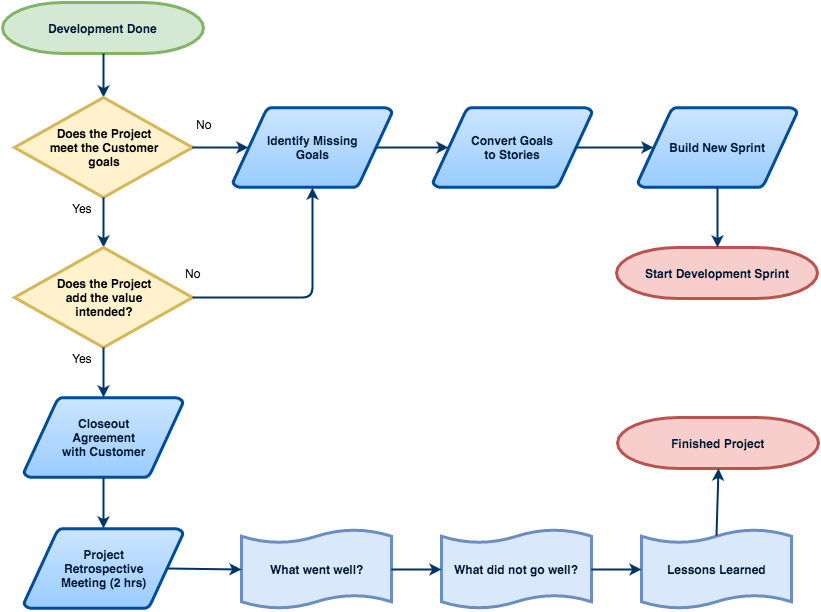
inigo-llc/guides keeps this draw.io diagram as new-projects/phase-5.png. Above is the earlier version. Source tidied: cells renumbered, new cells last; positions are measured from the earlier drawing's top-left corner, leaving out a move shared by most shapes. The source it was exported from:
```xml
<mxGraphModel>
  <root>
    <mxCell id="0" style="html=1;" />
    <mxCell id="1" style="html=1;" parent="0" />
    <mxCell id="2" value="&lt;span id=&quot;docs-internal-guid-2be10829-be1b-4936-090d-993d12926e40&quot;&gt;&lt;span&gt;Development Done&lt;/span&gt;&lt;/span&gt;" style="shape=mxgraph.flowchart.terminator;fillColor=#d5e8d4;strokeColor=#82b366;strokeWidth=3;gradientDirection=north;fontColor=#001933;fontStyle=1;html=1;" parent="1" vertex="1">
      <mxGeometry width="201" height="51" as="geometry" />
    </mxCell>
    <mxCell id="3" style="fontColor=#001933;fontStyle=1;strokeColor=#003366;strokeWidth=2;html=1;entryX=0.5;entryY=0;exitX=0.5;exitY=1;exitPerimeter=0;" parent="1" edge="1" source="2" target="6">
      <mxGeometry x="120" y="190.7" as="geometry" />
    </mxCell>
    <mxCell id="4" value="&lt;span id=&quot;docs-internal-guid-2be10829-cd99-18af-8849-26a2f4303bd5&quot;&gt;&lt;span&gt;What went well?&lt;/span&gt;&lt;/span&gt;" style="shape=mxgraph.flowchart.paper_tape;fillColor=#dae8fc;strokeColor=#6c8ebf;strokeWidth=3;gradientDirection=north;fontColor=#001933;fontStyle=1;html=1;" parent="1" vertex="1">
      <mxGeometry x="239" y="526" width="150" height="81" as="geometry" />
    </mxCell>
    <mxCell id="5" value="Start Development Sprint" style="shape=mxgraph.flowchart.terminator;fillColor=#f8cecc;strokeColor=#b85450;strokeWidth=3;gradientDirection=north;fontColor=#001933;fontStyle=1;html=1;" parent="1" vertex="1">
      <mxGeometry x="614" y="245" width="201" height="51" as="geometry" />
    </mxCell>
    <mxCell id="6" value="&lt;span id=&quot;docs-internal-guid-2be10829-cd8a-26ea-1624-b501e5364b12&quot;&gt;&lt;span&gt;Does the Project&lt;br&gt;meet the Customer&lt;br&gt;goals&lt;/span&gt;&lt;/span&gt;" style="rhombus;whiteSpace=wrap;html=1;strokeWidth=3;fillColor=#fff2cc;strokeColor=#d6b656;fontStyle=1;" parent="1" vertex="1">
      <mxGeometry x="12" y="95" width="178" height="100" as="geometry" />
    </mxCell>
    <mxCell id="7" value="Closeout&lt;br&gt;Agreement&lt;br&gt;with Customer" style="shape=mxgraph.flowchart.data;fillColor=#99CCFF;strokeColor=#004C99;strokeWidth=3;gradientColor=#CCE5FF;gradientDirection=north;fontColor=#001933;fontStyle=1;html=1;" parent="1" vertex="1">
      <mxGeometry x="21.5" y="395" width="159" height="80" as="geometry" />
    </mxCell>
    <mxCell id="8" style="fontColor=#001933;fontStyle=1;strokeColor=#003366;strokeWidth=2;html=1;exitX=1;exitY=0.5;entryX=0.095;entryY=0.5;entryPerimeter=0;" parent="1" edge="1" source="6" target="24">
      <mxGeometry x="466" y="-232.3" as="geometry" />
    </mxCell>
    <mxCell id="9" value="No" style="text;html=1;align=center;verticalAlign=middle;labelBackgroundColor=#ffffff;" parent="8" vertex="1">
      <mxGeometry relative="1" as="geometry">
        <mxPoint x="-17" y="-24" as="offset" />
      </mxGeometry>
    </mxCell>
    <mxCell id="10" style="fontColor=#001933;fontStyle=1;strokeColor=#003366;strokeWidth=2;html=1;exitX=0.5;exitY=1;entryX=0.5;entryY=0;" parent="1" edge="1" source="6" target="12">
      <mxGeometry x="457" y="-132.3" as="geometry" />
    </mxCell>
    <mxCell id="11" value="Yes" style="text;html=1;align=center;verticalAlign=middle;labelBackgroundColor=#ffffff;" parent="10" vertex="1">
      <mxGeometry relative="1" as="geometry">
        <mxPoint x="-22" y="-15" as="offset" />
      </mxGeometry>
    </mxCell>
    <mxCell id="12" value="&lt;span id=&quot;docs-internal-guid-2be10829-cd8d-d59f-08c2-b74bc4bc3f7b&quot;&gt;&lt;span&gt;Does the Project&lt;br&gt;add the value&lt;br&gt;intended?&lt;/span&gt;&lt;/span&gt;&lt;br&gt;" style="rhombus;whiteSpace=wrap;html=1;strokeWidth=3;fillColor=#fff2cc;strokeColor=#d6b656;fontStyle=1;" parent="1" vertex="1">
      <mxGeometry x="12" y="245" width="178" height="100" as="geometry" />
    </mxCell>
    <mxCell id="13" style="fontColor=#001933;fontStyle=1;strokeColor=#003366;strokeWidth=2;html=1;exitX=0.5;exitY=1;entryX=0.5;entryY=0;entryPerimeter=0;" parent="1" edge="1" source="12" target="7">
      <mxGeometry x="467" y="-122.3" as="geometry" />
    </mxCell>
    <mxCell id="14" value="Yes" style="text;html=1;align=center;verticalAlign=middle;labelBackgroundColor=#ffffff;" parent="13" vertex="1">
      <mxGeometry relative="1" as="geometry">
        <mxPoint x="-22" y="-15" as="offset" />
      </mxGeometry>
    </mxCell>
    <mxCell id="15" style="fontColor=#001933;fontStyle=1;strokeColor=#003366;strokeWidth=2;html=1;exitX=1;exitY=0.5;entryX=0.5;entryY=1;entryPerimeter=0;" parent="1" edge="1" source="12" target="24">
      <mxGeometry x="485" y="-82.3" as="geometry">
        <Array as="points">
          <mxPoint x="310" y="295" />
        </Array>
      </mxGeometry>
    </mxCell>
    <mxCell id="16" value="No" style="text;html=1;align=center;verticalAlign=middle;labelBackgroundColor=#ffffff;" parent="15" vertex="1">
      <mxGeometry relative="1" as="geometry">
        <mxPoint x="-115" y="-25" as="offset" />
      </mxGeometry>
    </mxCell>
    <mxCell id="17" value="&lt;span id=&quot;docs-internal-guid-2be10829-cd93-13f2-613f-add9e45e325c&quot;&gt;&lt;span&gt;Project&lt;/span&gt;&lt;/span&gt;&lt;div&gt;&lt;span&gt;&lt;span&gt;Retrospective&lt;br&gt;Meeting (2 hrs)&lt;/span&gt;&lt;/span&gt;&lt;/div&gt;" style="shape=mxgraph.flowchart.data;fillColor=#99CCFF;strokeColor=#004C99;strokeWidth=3;gradientColor=#CCE5FF;gradientDirection=north;fontColor=#001933;fontStyle=1;html=1;" parent="1" vertex="1">
      <mxGeometry x="21.5" y="526" width="159" height="80" as="geometry" />
    </mxCell>
    <mxCell id="18" style="fontColor=#001933;fontStyle=1;strokeColor=#003366;strokeWidth=2;html=1;exitX=0.5;exitY=1;entryX=0.5;entryY=0;entryPerimeter=0;exitPerimeter=0;" parent="1" edge="1" source="7" target="17">
      <mxGeometry x="477" y="-112.3" as="geometry" />
    </mxCell>
    <mxCell id="19" value="&lt;span id=&quot;docs-internal-guid-2be10829-cd99-a7ac-0083-502052187d31&quot;&gt;&lt;span&gt;What did not go well?&lt;/span&gt;&lt;/span&gt;&lt;br&gt;" style="shape=mxgraph.flowchart.paper_tape;fillColor=#dae8fc;strokeColor=#6c8ebf;strokeWidth=3;gradientDirection=north;fontColor=#001933;fontStyle=1;html=1;" parent="1" vertex="1">
      <mxGeometry x="439" y="526" width="150" height="81" as="geometry" />
    </mxCell>
    <mxCell id="20" value="&lt;span id=&quot;docs-internal-guid-2be10829-cd99-18af-8849-26a2f4303bd5&quot;&gt;&lt;span&gt;Lessons&amp;nbsp;Learned&lt;/span&gt;&lt;/span&gt;" style="shape=mxgraph.flowchart.paper_tape;fillColor=#dae8fc;strokeColor=#6c8ebf;strokeWidth=3;gradientDirection=north;fontColor=#001933;fontStyle=1;html=1;" parent="1" vertex="1">
      <mxGeometry x="639" y="526" width="150" height="81" as="geometry" />
    </mxCell>
    <mxCell id="21" style="fontColor=#001933;fontStyle=1;strokeColor=#003366;strokeWidth=2;html=1;exitX=0.905;exitY=0.5;entryX=0;entryY=0.5;entryPerimeter=0;exitPerimeter=0;" parent="1" edge="1" source="17" target="4">
      <mxGeometry x="487" y="-102.3" as="geometry" />
    </mxCell>
    <mxCell id="22" style="fontColor=#001933;fontStyle=1;strokeColor=#003366;strokeWidth=2;html=1;exitX=1;exitY=0.5;entryX=0;entryY=0.5;entryPerimeter=0;exitPerimeter=0;" parent="1" edge="1" source="4" target="19">
      <mxGeometry x="497" y="-92.3" as="geometry" />
    </mxCell>
    <mxCell id="23" style="fontColor=#001933;fontStyle=1;strokeColor=#003366;strokeWidth=2;html=1;exitX=1;exitY=0.5;entryX=0;entryY=0.5;entryPerimeter=0;exitPerimeter=0;" parent="1" edge="1" source="19" target="20">
      <mxGeometry x="507" y="-82.3" as="geometry" />
    </mxCell>
    <mxCell id="24" value="Identify Missing&lt;br&gt;Goals" style="shape=mxgraph.flowchart.data;fillColor=#99CCFF;strokeColor=#004C99;strokeWidth=3;gradientColor=#CCE5FF;gradientDirection=north;fontColor=#001933;fontStyle=1;html=1;" parent="1" vertex="1">
      <mxGeometry x="230.5" y="105" width="159" height="80" as="geometry" />
    </mxCell>
    <mxCell id="25" value="Convert Goals&lt;br&gt;to Stories" style="shape=mxgraph.flowchart.data;fillColor=#99CCFF;strokeColor=#004C99;strokeWidth=3;gradientColor=#CCE5FF;gradientDirection=north;fontColor=#001933;fontStyle=1;html=1;" parent="1" vertex="1">
      <mxGeometry x="430.5" y="105" width="159" height="80" as="geometry" />
    </mxCell>
    <mxCell id="26" value="Build New Sprint" style="shape=mxgraph.flowchart.data;fillColor=#99CCFF;strokeColor=#004C99;strokeWidth=3;gradientColor=#CCE5FF;gradientDirection=north;fontColor=#001933;fontStyle=1;html=1;" parent="1" vertex="1">
      <mxGeometry x="635.5" y="105" width="159" height="80" as="geometry" />
    </mxCell>
    <mxCell id="27" style="fontColor=#001933;fontStyle=1;strokeColor=#003366;strokeWidth=2;html=1;exitX=0.905;exitY=0.5;entryX=0.095;entryY=0.5;entryPerimeter=0;exitPerimeter=0;" parent="1" edge="1" source="24" target="25">
      <mxGeometry x="497" y="-92.3" as="geometry" />
    </mxCell>
    <mxCell id="28" style="fontColor=#001933;fontStyle=1;strokeColor=#003366;strokeWidth=2;html=1;exitX=0.905;exitY=0.5;entryX=0.095;entryY=0.5;entryPerimeter=0;exitPerimeter=0;" parent="1" edge="1" source="25" target="26">
      <mxGeometry x="507" y="-82.3" as="geometry" />
    </mxCell>
    <mxCell id="29" style="fontColor=#001933;fontStyle=1;strokeColor=#003366;strokeWidth=2;html=1;exitX=0.5;exitY=1;entryX=0.5;entryY=0;entryPerimeter=0;exitPerimeter=0;" parent="1" edge="1" source="26" target="5">
      <mxGeometry x="517" y="-72.3" as="geometry" />
    </mxCell>
    <mxCell id="30" value="Finished Project" style="shape=mxgraph.flowchart.terminator;fillColor=#f8cecc;strokeColor=#b85450;strokeWidth=3;gradientDirection=north;fontColor=#001933;fontStyle=1;html=1;" parent="1" vertex="1">
      <mxGeometry x="615" y="415" width="201" height="51" as="geometry" />
    </mxCell>
    <mxCell id="31" style="fontColor=#001933;fontStyle=1;strokeColor=#003366;strokeWidth=2;html=1;exitX=0.5;exitY=0.09;entryX=0.5;entryY=1;entryPerimeter=0;exitPerimeter=0;" parent="1" edge="1" source="20" target="30">
      <mxGeometry x="487" y="-102.3" as="geometry" />
    </mxCell>
  </root>
</mxGraphModel>
```
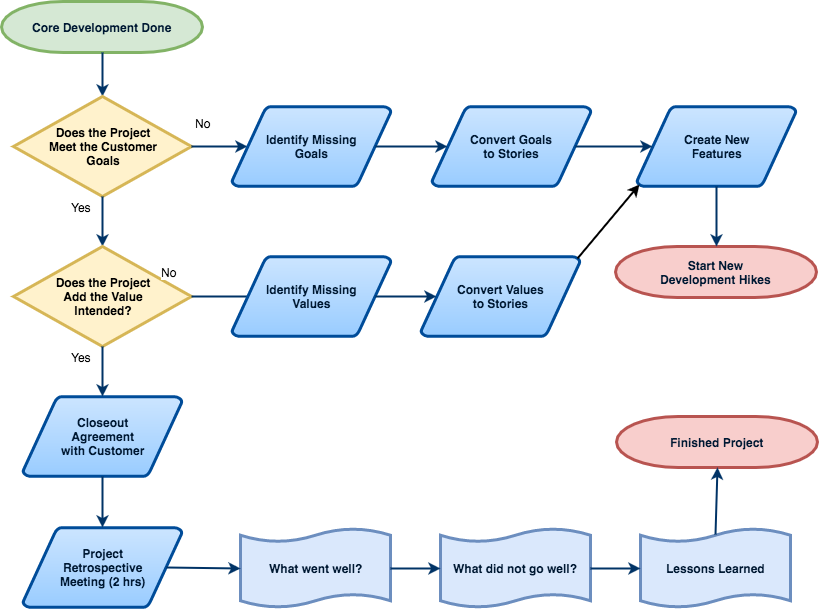
After the commit.

What changed in the source:
```diff
@@ -2,7 +2,7 @@
   <root>
     <mxCell id="0" style="html=1;" />
     <mxCell id="1" style="html=1;" parent="0" />
-    <mxCell id="2" value="&lt;span id=&quot;docs-internal-guid-2be10829-be1b-4936-090d-993d12926e40&quot;&gt;&lt;span&gt;Development Done&lt;/span&gt;&lt;/span&gt;" style="shape=mxgraph.flowchart.terminator;fillColor=#d5e8d4;strokeColor=#82b366;strokeWidth=3;gradientDirection=north;fontColor=#001933;fontStyle=1;html=1;" parent="1" vertex="1">
+    <mxCell id="2" value="&lt;span id=&quot;docs-internal-guid-2be10829-be1b-4936-090d-993d12926e40&quot;&gt;&lt;span&gt;Core Development Done&lt;/span&gt;&lt;/span&gt;" style="shape=mxgraph.flowchart.terminator;fillColor=#d5e8d4;strokeColor=#82b366;strokeWidth=3;gradientDirection=north;fontColor=#001933;fontStyle=1;html=1;" parent="1" vertex="1">
       <mxGeometry width="201" height="51" as="geometry" />
     </mxCell>
     <mxCell id="3" style="fontColor=#001933;fontStyle=1;strokeColor=#003366;strokeWidth=2;html=1;entryX=0.5;entryY=0;exitX=0.5;exitY=1;exitPerimeter=0;" parent="1" edge="1" source="2" target="6">
@@ -11,10 +11,10 @@
     <mxCell id="4" value="&lt;span id=&quot;docs-internal-guid-2be10829-cd99-18af-8849-26a2f4303bd5&quot;&gt;&lt;span&gt;What went well?&lt;/span&gt;&lt;/span&gt;" style="shape=mxgraph.flowchart.paper_tape;fillColor=#dae8fc;strokeColor=#6c8ebf;strokeWidth=3;gradientDirection=north;fontColor=#001933;fontStyle=1;html=1;" parent="1" vertex="1">
       <mxGeometry x="239" y="526" width="150" height="81" as="geometry" />
     </mxCell>
-    <mxCell id="5" value="Start Development Sprint" style="shape=mxgraph.flowchart.terminator;fillColor=#f8cecc;strokeColor=#b85450;strokeWidth=3;gradientDirection=north;fontColor=#001933;fontStyle=1;html=1;" parent="1" vertex="1">
+    <mxCell id="5" value="Start New&lt;br&gt;Development Hikes" style="shape=mxgraph.flowchart.terminator;fillColor=#f8cecc;strokeColor=#b85450;strokeWidth=3;gradientDirection=north;fontColor=#001933;fontStyle=1;html=1;" parent="1" vertex="1">
       <mxGeometry x="614" y="245" width="201" height="51" as="geometry" />
     </mxCell>
-    <mxCell id="6" value="&lt;span id=&quot;docs-internal-guid-2be10829-cd8a-26ea-1624-b501e5364b12&quot;&gt;&lt;span&gt;Does the Project&lt;br&gt;meet the Customer&lt;br&gt;goals&lt;/span&gt;&lt;/span&gt;" style="rhombus;whiteSpace=wrap;html=1;strokeWidth=3;fillColor=#fff2cc;strokeColor=#d6b656;fontStyle=1;" parent="1" vertex="1">
+    <mxCell id="6" value="&lt;span id=&quot;docs-internal-guid-2be10829-cd8a-26ea-1624-b501e5364b12&quot;&gt;&lt;span&gt;Does the Project&lt;br&gt;Meet the Customer&lt;br&gt;Goals&lt;/span&gt;&lt;/span&gt;" style="rhombus;whiteSpace=wrap;html=1;strokeWidth=3;fillColor=#fff2cc;strokeColor=#d6b656;fontStyle=1;" parent="1" vertex="1">
       <mxGeometry x="12" y="95" width="178" height="100" as="geometry" />
     </mxCell>
     <mxCell id="7" value="Closeout&lt;br&gt;Agreement&lt;br&gt;with Customer" style="shape=mxgraph.flowchart.data;fillColor=#99CCFF;strokeColor=#004C99;strokeWidth=3;gradientColor=#CCE5FF;gradientDirection=north;fontColor=#001933;fontStyle=1;html=1;" parent="1" vertex="1">
@@ -36,7 +36,7 @@
         <mxPoint x="-22" y="-15" as="offset" />
       </mxGeometry>
     </mxCell>
-    <mxCell id="12" value="&lt;span id=&quot;docs-internal-guid-2be10829-cd8d-d59f-08c2-b74bc4bc3f7b&quot;&gt;&lt;span&gt;Does the Project&lt;br&gt;add the value&lt;br&gt;intended?&lt;/span&gt;&lt;/span&gt;&lt;br&gt;" style="rhombus;whiteSpace=wrap;html=1;strokeWidth=3;fillColor=#fff2cc;strokeColor=#d6b656;fontStyle=1;" parent="1" vertex="1">
+    <mxCell id="12" value="&lt;span id=&quot;docs-internal-guid-2be10829-cd8d-d59f-08c2-b74bc4bc3f7b&quot;&gt;&lt;span&gt;Does the Project&lt;br&gt;Add the Value&lt;br&gt;Intended?&lt;/span&gt;&lt;/span&gt;&lt;br&gt;" style="rhombus;whiteSpace=wrap;html=1;strokeWidth=3;fillColor=#fff2cc;strokeColor=#d6b656;fontStyle=1;" parent="1" vertex="1">
       <mxGeometry x="12" y="245" width="178" height="100" as="geometry" />
     </mxCell>
     <mxCell id="13" style="fontColor=#001933;fontStyle=1;strokeColor=#003366;strokeWidth=2;html=1;exitX=0.5;exitY=1;entryX=0.5;entryY=0;entryPerimeter=0;" parent="1" edge="1" source="12" target="7">
@@ -47,7 +47,7 @@
         <mxPoint x="-22" y="-15" as="offset" />
       </mxGeometry>
     </mxCell>
-    <mxCell id="15" style="fontColor=#001933;fontStyle=1;strokeColor=#003366;strokeWidth=2;html=1;exitX=1;exitY=0.5;entryX=0.5;entryY=1;entryPerimeter=0;" parent="1" edge="1" source="12" target="24">
+    <mxCell id="15" style="fontColor=#001933;fontStyle=1;strokeColor=#003366;strokeWidth=2;html=1;exitX=1;exitY=0.5;entryX=0.095;entryY=0.5;entryPerimeter=0;" parent="1" edge="1" source="12" target="32">
       <mxGeometry x="485" y="-82.3" as="geometry">
         <Array as="points">
           <mxPoint x="310" y="295" />
@@ -86,7 +86,7 @@
     <mxCell id="25" value="Convert Goals&lt;br&gt;to Stories" style="shape=mxgraph.flowchart.data;fillColor=#99CCFF;strokeColor=#004C99;strokeWidth=3;gradientColor=#CCE5FF;gradientDirection=north;fontColor=#001933;fontStyle=1;html=1;" parent="1" vertex="1">
       <mxGeometry x="430.5" y="105" width="159" height="80" as="geometry" />
     </mxCell>
-    <mxCell id="26" value="Build New Sprint" style="shape=mxgraph.flowchart.data;fillColor=#99CCFF;strokeColor=#004C99;strokeWidth=3;gradientColor=#CCE5FF;gradientDirection=north;fontColor=#001933;fontStyle=1;html=1;" parent="1" vertex="1">
+    <mxCell id="26" value="Create New&lt;br&gt;Features" style="shape=mxgraph.flowchart.data;fillColor=#99CCFF;strokeColor=#004C99;strokeWidth=3;gradientColor=#CCE5FF;gradientDirection=north;fontColor=#001933;fontStyle=1;html=1;" parent="1" vertex="1">
       <mxGeometry x="635.5" y="105" width="159" height="80" as="geometry" />
     </mxCell>
     <mxCell id="27" style="fontColor=#001933;fontStyle=1;strokeColor=#003366;strokeWidth=2;html=1;exitX=0.905;exitY=0.5;entryX=0.095;entryY=0.5;entryPerimeter=0;exitPerimeter=0;" parent="1" edge="1" source="24" target="25">
@@ -104,5 +104,17 @@
     <mxCell id="31" style="fontColor=#001933;fontStyle=1;strokeColor=#003366;strokeWidth=2;html=1;exitX=0.5;exitY=0.09;entryX=0.5;entryY=1;entryPerimeter=0;exitPerimeter=0;" parent="1" edge="1" source="20" target="30">
       <mxGeometry x="487" y="-102.3" as="geometry" />
     </mxCell>
+    <mxCell id="32" value="Identify Missing&lt;br&gt;Values" style="shape=mxgraph.flowchart.data;fillColor=#99CCFF;strokeColor=#004C99;strokeWidth=3;gradientColor=#CCE5FF;gradientDirection=north;fontColor=#001933;fontStyle=1;html=1;" parent="1" vertex="1">
+      <mxGeometry x="230.5" y="255" width="159" height="80" as="geometry" />
+    </mxCell>
+    <mxCell id="33" value="Convert Values&lt;br&gt;to Stories" style="shape=mxgraph.flowchart.data;fillColor=#99CCFF;strokeColor=#004C99;strokeWidth=3;gradientColor=#CCE5FF;gradientDirection=north;fontColor=#001933;fontStyle=1;html=1;" parent="1" vertex="1">
+      <mxGeometry x="419.5" y="255" width="159" height="80" as="geometry" />
+    </mxCell>
+    <mxCell id="34" style="fontColor=#001933;fontStyle=1;strokeColor=#003366;strokeWidth=2;html=1;exitX=0.905;exitY=0.5;entryX=0.095;entryY=0.5;entryPerimeter=0;exitPerimeter=0;" parent="1" edge="1" source="32" target="33">
+      <mxGeometry x="518" y="127.7" as="geometry" />
+    </mxCell>
+    <mxCell id="35" style="endArrow=classic;html=1;strokeColor=#000000;strokeWidth=2;entryX=0.015;entryY=0.98;entryPerimeter=0;exitX=0.985;exitY=0.02;exitPerimeter=0;" parent="1" edge="1" source="33" target="26">
+      <mxGeometry relative="1" as="geometry" />
+    </mxCell>
   </root>
 </mxGraphModel>
```
